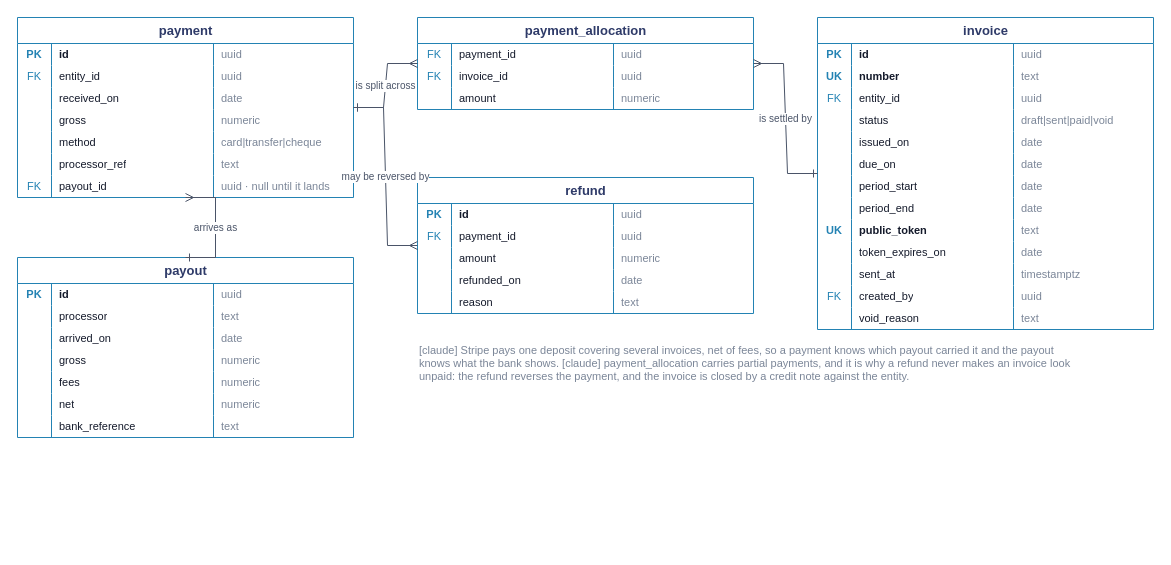
TylerVigario/reckon keeps this draw.io diagram as docs/schema/07-money-in.drawio. Above is the earlier version. Source tidied: cells renumbered, new cells numbered last; positions are measured from the earlier drawing's top-left corner, leaving out a move shared by most shapes. Both pictures are drawn from the tidied source at 100%, with x=0, y=0 at pixel (17, 17).
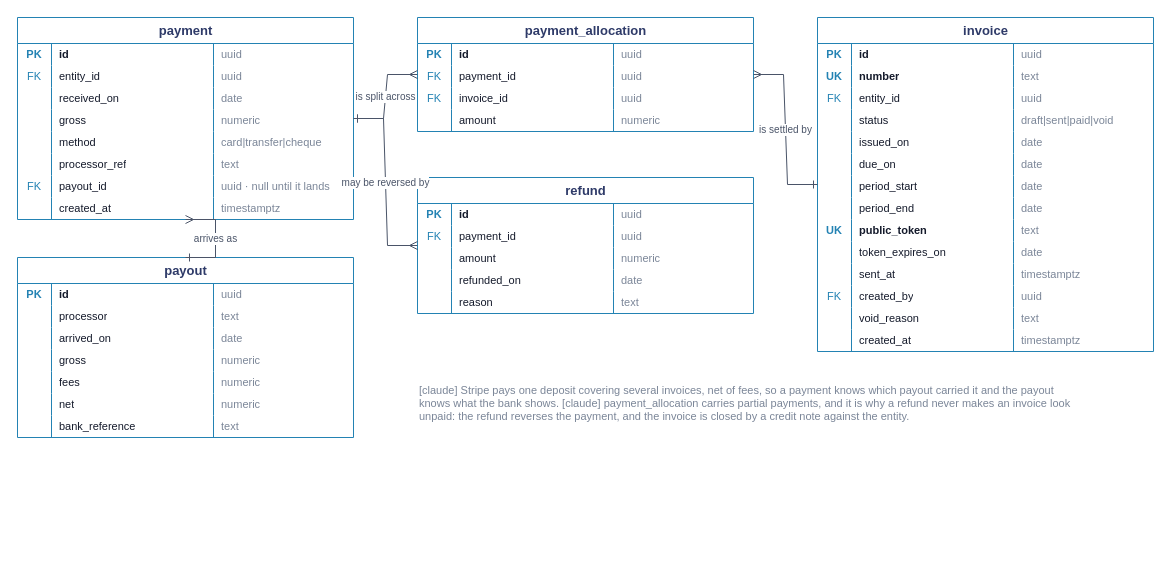
After the change.

Unchanged cells that the change refers to:
```xml
<mxCell id="32" style="shape=tableRow;horizontal=0;startSize=0;swimlaneHead=0;swimlaneBody=0;fillColor=none;top=0;left=0;right=0;bottom=0;strokeColor=#d4dae4;" parent="31" vertex="1">
  <mxGeometry y="26" width="336" height="22" as="geometry" />
</mxCell>
<mxCell id="36" style="shape=tableRow;horizontal=0;startSize=0;swimlaneHead=0;swimlaneBody=0;fillColor=none;top=0;left=0;right=0;bottom=0;strokeColor=#d4dae4;" parent="31" vertex="1">
  <mxGeometry y="48" width="336" height="22" as="geometry" />
</mxCell>
<mxCell id="40" style="shape=tableRow;horizontal=0;startSize=0;swimlaneHead=0;swimlaneBody=0;fillColor=none;top=0;left=0;right=0;bottom=0;strokeColor=#d4dae4;" parent="31" vertex="1">
  <mxGeometry y="70" width="336" height="22" as="geometry" />
</mxCell>
```

Diff of the diagram source:
```diff
@@
     <mxCell id="2" value="payment" style="shape=table;startSize=26;childLayout=tableLayout;rowLines=0;fontStyle=1;align=center;html=1;fillColor=#ffffff;strokeColor=#2382b3;fontColor=#2e3a68;fontSize=13;" parent="1" vertex="1">
-      <mxGeometry width="336" height="180" as="geometry" />
+      <mxGeometry width="336" height="202" as="geometry" />
     </mxCell>
@@
+    <mxCell id="152" style="shape=tableRow;horizontal=0;startSize=0;swimlaneHead=0;swimlaneBody=0;fillColor=none;top=0;left=0;right=0;bottom=0;strokeColor=#d4dae4;" parent="2" vertex="1">
+      <mxGeometry y="180" width="336" height="22" as="geometry" />
+    </mxCell>
+    <mxCell id="153" style="shape=partialRectangle;fillColor=none;top=0;left=0;bottom=0;right=0;overflow=hidden;whiteSpace=wrap;html=1;fontSize=11;align=center;spacingLeft=0;fontColor=#141a2b;" parent="152" vertex="1">
+      <mxGeometry width="34" height="22" as="geometry" />
+    </mxCell>
+    <mxCell id="154" value="created_at" style="shape=partialRectangle;fillColor=none;top=0;left=0;bottom=0;right=0;overflow=hidden;whiteSpace=wrap;html=1;fontSize=11;align=left;spacingLeft=6;fontColor=#141a2b;" parent="152" vertex="1">
+      <mxGeometry x="34" width="162" height="22" as="geometry" />
+    </mxCell>
+    <mxCell id="155" value="timestamptz" style="shape=partialRectangle;fillColor=none;top=0;left=0;bottom=0;right=0;overflow=hidden;whiteSpace=wrap;html=1;fontSize=11;align=left;spacingLeft=6;fontColor=#7b8698;" parent="152" vertex="1">
+      <mxGeometry x="196" width="140" height="22" as="geometry" />
+    </mxCell>
     <mxCell id="31" value="payment_allocation" style="shape=table;startSize=26;childLayout=tableLayout;rowLines=0;fontStyle=1;align=center;html=1;fillColor=#ffffff;strokeColor=#2382b3;fontColor=#2e3a68;fontSize=13;" parent="1" vertex="1">
-      <mxGeometry x="400" width="336" height="92" as="geometry" />
+      <mxGeometry x="400" width="336" height="114" as="geometry" />
     </mxCell>
@@
-    <mxCell id="33" value="FK" style="shape=partialRectangle;fillColor=none;top=0;left=0;bottom=0;right=0;overflow=hidden;whiteSpace=wrap;html=1;fontSize=11;align=center;spacingLeft=0;fontColor=#2382b3;" parent="32" vertex="1">
+    <mxCell id="33" value="PK" style="shape=partialRectangle;fillColor=none;top=0;left=0;bottom=0;right=0;overflow=hidden;whiteSpace=wrap;html=1;fontSize=11;align=center;spacingLeft=0;fontColor=#2382b3;fontStyle=1;" parent="32" vertex="1">
       <mxGeometry width="34" height="22" as="geometry" />
     </mxCell>
-    <mxCell id="34" value="payment_id" style="shape=partialRectangle;fillColor=none;top=0;left=0;bottom=0;right=0;overflow=hidden;whiteSpace=wrap;html=1;fontSize=11;align=left;spacingLeft=6;fontColor=#141a2b;" parent="32" vertex="1">
+    <mxCell id="34" value="id" style="shape=partialRectangle;fillColor=none;top=0;left=0;bottom=0;right=0;overflow=hidden;whiteSpace=wrap;html=1;fontSize=11;align=left;spacingLeft=6;fontColor=#141a2b;fontStyle=1;" parent="32" vertex="1">
       <mxGeometry x="34" width="162" height="22" as="geometry" />
     </mxCell>
@@
-    <mxCell id="38" value="invoice_id" style="shape=partialRectangle;fillColor=none;top=0;left=0;bottom=0;right=0;overflow=hidden;whiteSpace=wrap;html=1;fontSize=11;align=left;spacingLeft=6;fontColor=#141a2b;" parent="36" vertex="1">
+    <mxCell id="38" value="payment_id" style="shape=partialRectangle;fillColor=none;top=0;left=0;bottom=0;right=0;overflow=hidden;whiteSpace=wrap;html=1;fontSize=11;align=left;spacingLeft=6;fontColor=#141a2b;" parent="36" vertex="1">
       <mxGeometry x="34" width="162" height="22" as="geometry" />
     </mxCell>
@@
-    <mxCell id="41" style="shape=partialRectangle;fillColor=none;top=0;left=0;bottom=0;right=0;overflow=hidden;whiteSpace=wrap;html=1;fontSize=11;align=center;spacingLeft=0;fontColor=#141a2b;" parent="40" vertex="1">
+    <mxCell id="41" value="FK" style="shape=partialRectangle;fillColor=none;top=0;left=0;bottom=0;right=0;overflow=hidden;whiteSpace=wrap;html=1;fontSize=11;align=center;spacingLeft=0;fontColor=#2382b3;" parent="40" vertex="1">
       <mxGeometry width="34" height="22" as="geometry" />
     </mxCell>
-    <mxCell id="42" value="amount" style="shape=partialRectangle;fillColor=none;top=0;left=0;bottom=0;right=0;overflow=hidden;whiteSpace=wrap;html=1;fontSize=11;align=left;spacingLeft=6;fontColor=#141a2b;" parent="40" vertex="1">
+    <mxCell id="42" value="invoice_id" style="shape=partialRectangle;fillColor=none;top=0;left=0;bottom=0;right=0;overflow=hidden;whiteSpace=wrap;html=1;fontSize=11;align=left;spacingLeft=6;fontColor=#141a2b;" parent="40" vertex="1">
       <mxGeometry x="34" width="162" height="22" as="geometry" />
     </mxCell>
-    <mxCell id="43" value="numeric" style="shape=partialRectangle;fillColor=none;top=0;left=0;bottom=0;right=0;overflow=hidden;whiteSpace=wrap;html=1;fontSize=11;align=left;spacingLeft=6;fontColor=#7b8698;" parent="40" vertex="1">
+    <mxCell id="43" value="uuid" style="shape=partialRectangle;fillColor=none;top=0;left=0;bottom=0;right=0;overflow=hidden;whiteSpace=wrap;html=1;fontSize=11;align=left;spacingLeft=6;fontColor=#7b8698;" parent="40" vertex="1">
       <mxGeometry x="196" width="140" height="22" as="geometry" />
     </mxCell>
+    <mxCell id="156" style="shape=tableRow;horizontal=0;startSize=0;swimlaneHead=0;swimlaneBody=0;fillColor=none;top=0;left=0;right=0;bottom=0;strokeColor=#d4dae4;" parent="31" vertex="1">
+      <mxGeometry y="92" width="336" height="22" as="geometry" />
+    </mxCell>
+    <mxCell id="157" style="shape=partialRectangle;fillColor=none;top=0;left=0;bottom=0;right=0;overflow=hidden;whiteSpace=wrap;html=1;fontSize=11;align=center;spacingLeft=0;fontColor=#141a2b;" parent="156" vertex="1">
+      <mxGeometry width="34" height="22" as="geometry" />
+    </mxCell>
+    <mxCell id="158" value="amount" style="shape=partialRectangle;fillColor=none;top=0;left=0;bottom=0;right=0;overflow=hidden;whiteSpace=wrap;html=1;fontSize=11;align=left;spacingLeft=6;fontColor=#141a2b;" parent="156" vertex="1">
+      <mxGeometry x="34" width="162" height="22" as="geometry" />
+    </mxCell>
+    <mxCell id="159" value="numeric" style="shape=partialRectangle;fillColor=none;top=0;left=0;bottom=0;right=0;overflow=hidden;whiteSpace=wrap;html=1;fontSize=11;align=left;spacingLeft=6;fontColor=#7b8698;" parent="156" vertex="1">
+      <mxGeometry x="196" width="140" height="22" as="geometry" />
+    </mxCell>
@@
     <mxCell id="94" value="invoice" style="shape=table;startSize=26;childLayout=tableLayout;rowLines=0;fontStyle=1;align=center;html=1;fillColor=#ffffff;strokeColor=#2382b3;fontColor=#2e3a68;fontSize=13;" parent="1" vertex="1">
-      <mxGeometry x="800" width="336" height="312" as="geometry" />
+      <mxGeometry x="800" width="336" height="334" as="geometry" />
     </mxCell>
@@
+    <mxCell id="160" style="shape=tableRow;horizontal=0;startSize=0;swimlaneHead=0;swimlaneBody=0;fillColor=none;top=0;left=0;right=0;bottom=0;strokeColor=#d4dae4;" parent="94" vertex="1">
+      <mxGeometry y="312" width="336" height="22" as="geometry" />
+    </mxCell>
+    <mxCell id="161" style="shape=partialRectangle;fillColor=none;top=0;left=0;bottom=0;right=0;overflow=hidden;whiteSpace=wrap;html=1;fontSize=11;align=center;spacingLeft=0;fontColor=#141a2b;" parent="160" vertex="1">
+      <mxGeometry width="34" height="22" as="geometry" />
+    </mxCell>
+    <mxCell id="162" value="created_at" style="shape=partialRectangle;fillColor=none;top=0;left=0;bottom=0;right=0;overflow=hidden;whiteSpace=wrap;html=1;fontSize=11;align=left;spacingLeft=6;fontColor=#141a2b;" parent="160" vertex="1">
+      <mxGeometry x="34" width="162" height="22" as="geometry" />
+    </mxCell>
+    <mxCell id="163" value="timestamptz" style="shape=partialRectangle;fillColor=none;top=0;left=0;bottom=0;right=0;overflow=hidden;whiteSpace=wrap;html=1;fontSize=11;align=left;spacingLeft=6;fontColor=#7b8698;" parent="160" vertex="1">
+      <mxGeometry x="196" width="140" height="22" as="geometry" />
+    </mxCell>
@@
     <mxCell id="151" value="[claude] Stripe pays one deposit covering several invoices, net of fees, so a payment knows which payout carried it and the payout knows what the bank shows.  [claude] payment_allocation carries partial payments, and it is why a refund never makes an invoice look unpaid: the refund reverses the payment, and the invoice is closed by a credit note against the entity." style="text;html=1;strokeColor=none;fillColor=none;align=left;verticalAlign=top;fontSize=11;fontColor=#7b8698;whiteSpace=wrap;" parent="1" vertex="1">
-      <mxGeometry x="400" y="320" width="660" height="170" as="geometry" />
+      <mxGeometry x="400" y="360" width="660" height="170" as="geometry" />
     </mxCell>
```
